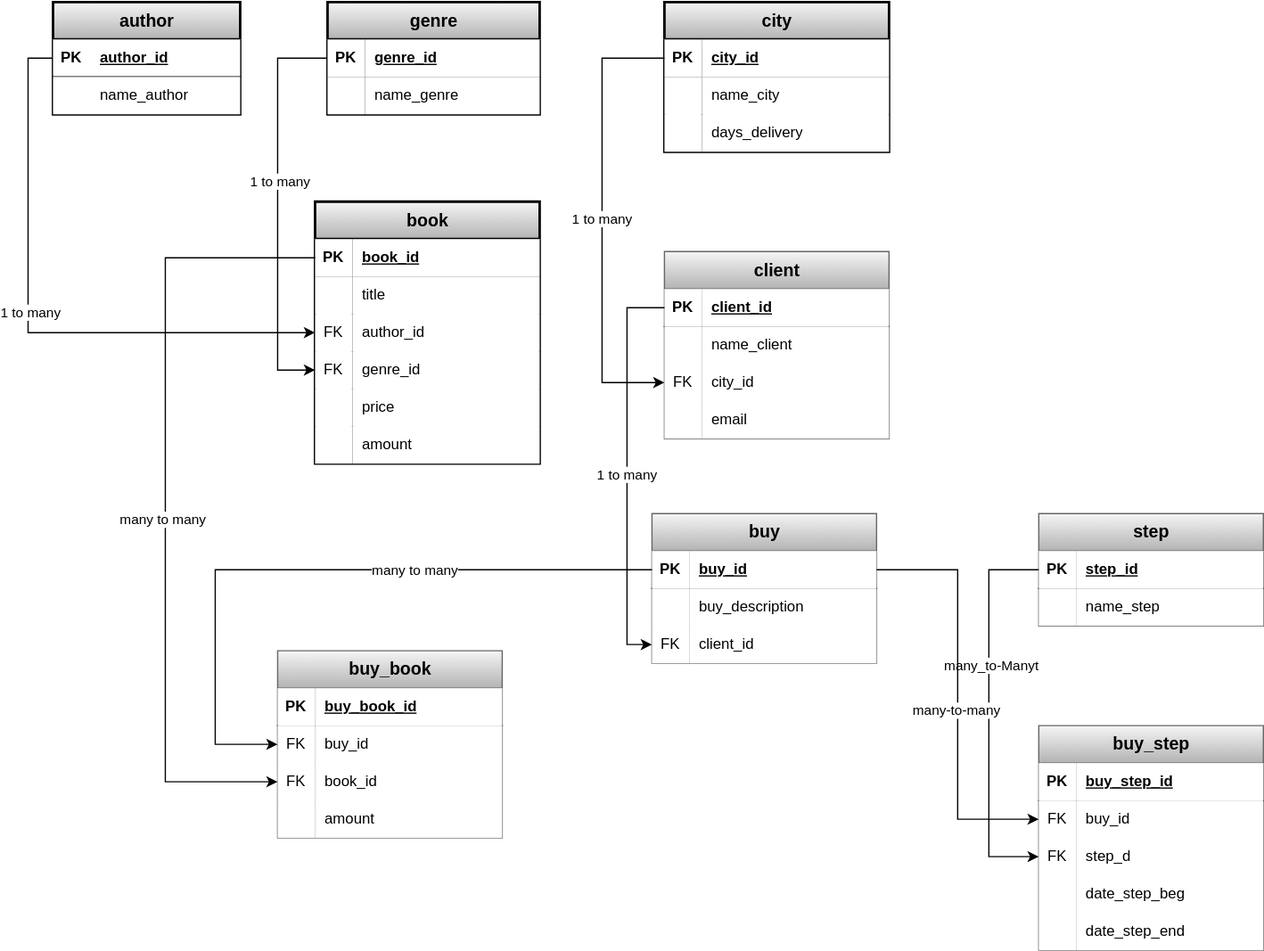
The draw.io diagram Database/OnlineStore/LogicalModel.svg in Maks00071/SQL_scripts, before a commit. Source tidied: cells renumbered, new cells last; positions are measured from the earlier drawing's top-left corner, leaving out a move shared by most shapes.
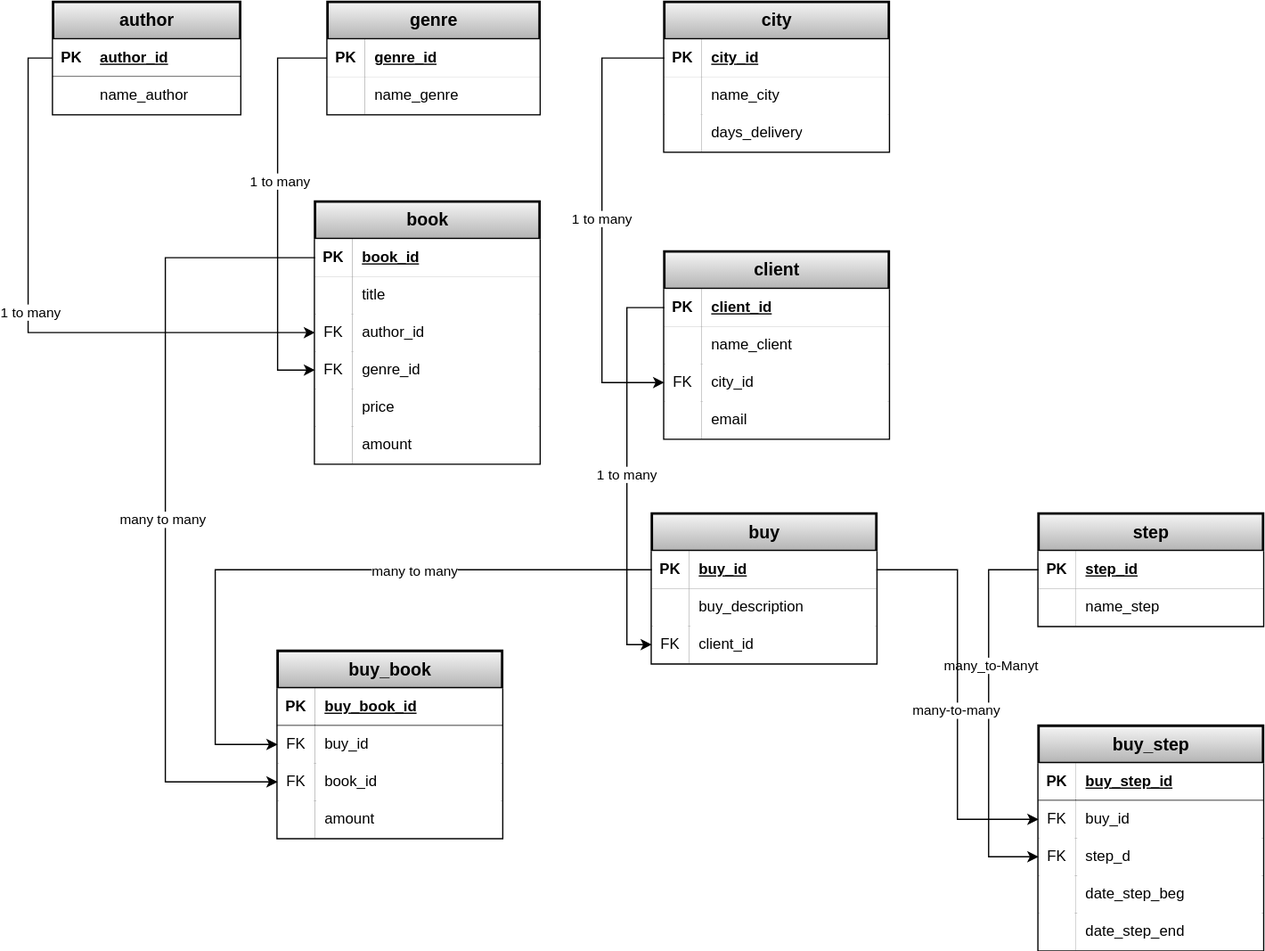
The same file after the commit.

Commit message:
CHANGE Database OnlineStore LogicalModel

What changed in the source:
```diff
@@ -86,7 +86,7 @@
     <mxCell id="29" value="amount" style="shape=partialRectangle;top=0;left=0;bottom=0;right=0;align=left;spacingLeft=6;overflow=hidden;whiteSpace=wrap;html=1;" parent="27" vertex="1">
       <mxGeometry x="30" width="150" height="30" as="geometry" />
     </mxCell>
-    <mxCell id="30" value="&lt;font style=&quot;font-size: 14px;&quot;&gt;buy&lt;/font&gt;" style="shape=table;startSize=30;rowLines=0;fontStyle=1;align=center;html=1;fillColor=#f5f5f5;gradientColor=#b3b3b3;strokeColor=#666666;" parent="1" vertex="1">
+    <mxCell id="30" value="&lt;font style=&quot;font-size: 14px;&quot;&gt;buy&lt;/font&gt;" style="shape=table;startSize=30;rowLines=0;fontStyle=1;align=center;html=1;fillColor=#f5f5f5;gradientColor=#b3b3b3;strokeColor=#000000;strokeWidth=2;" parent="1" vertex="1">
       <mxGeometry x="480" y="410" width="180" height="120" as="geometry" />
     </mxCell>
     <mxCell id="31" style="shape=tableRow;horizontal=0;startSize=0;swimlaneHead=0;swimlaneBody=0;fillColor=none;points=[[0,0.5],[1,0.5]];portConstraint=eastwest;top=0;left=0;right=0;bottom=1;" parent="30" vertex="1">
@@ -116,16 +116,16 @@
     <mxCell id="39" value="client_id" style="shape=partialRectangle;top=0;left=0;bottom=0;right=0;align=left;spacingLeft=6;overflow=hidden;whiteSpace=wrap;html=1;" parent="37" vertex="1">
       <mxGeometry x="30" width="150" height="30" as="geometry" />
     </mxCell>
-    <mxCell id="40" value="&lt;font style=&quot;font-size: 14px;&quot;&gt;buy_book&lt;/font&gt;" style="shape=table;startSize=30;rowLines=0;fontStyle=1;align=center;html=1;fillColor=#f5f5f5;gradientColor=#b3b3b3;strokeColor=#666666;" parent="1" vertex="1">
+    <mxCell id="40" value="&lt;font style=&quot;font-size: 14px;&quot;&gt;buy_book&lt;/font&gt;" style="shape=table;startSize=30;rowLines=0;fontStyle=1;align=center;html=1;fillColor=#f5f5f5;gradientColor=#b3b3b3;strokeColor=#000000;strokeWidth=2;" parent="1" vertex="1">
       <mxGeometry x="180" y="520" width="180" height="150" as="geometry" />
     </mxCell>
     <mxCell id="41" style="shape=tableRow;horizontal=0;startSize=0;swimlaneHead=0;swimlaneBody=0;fillColor=none;top=0;left=0;right=0;bottom=1;" parent="40" vertex="1">
       <mxGeometry y="30" width="180" height="30" as="geometry" />
     </mxCell>
-    <mxCell id="42" value="PK" style="shape=partialRectangle;top=0;left=0;bottom=0;right=0;fontStyle=1;overflow=hidden;whiteSpace=wrap;html=1;" parent="41" vertex="1">
+    <mxCell id="42" value="PK" style="shape=partialRectangle;top=0;left=0;bottom=1;right=0;fontStyle=1;overflow=hidden;whiteSpace=wrap;html=1;perimeterSpacing=1;" parent="41" vertex="1">
       <mxGeometry width="30" height="30" as="geometry" />
     </mxCell>
-    <mxCell id="43" value="buy_book_id" style="shape=partialRectangle;top=0;left=0;bottom=0;right=0;align=left;spacingLeft=6;fontStyle=5;overflow=hidden;whiteSpace=wrap;html=1;" parent="41" vertex="1">
+    <mxCell id="43" value="buy_book_id" style="shape=partialRectangle;top=0;left=0;bottom=1;right=0;align=left;spacingLeft=6;fontStyle=5;overflow=hidden;whiteSpace=wrap;html=1;perimeterSpacing=1;" parent="41" vertex="1">
       <mxGeometry x="30" width="150" height="30" as="geometry" />
     </mxCell>
     <mxCell id="44" style="shape=tableRow;horizontal=0;startSize=0;swimlaneHead=0;swimlaneBody=0;fillColor=none;points=[[0,0.5],[1,0.5]];portConstraint=eastwest;top=0;left=0;right=0;bottom=0;" parent="40" vertex="1">
@@ -185,7 +185,7 @@
     <mxCell id="62" value="days_delivery" style="shape=partialRectangle;top=0;left=0;bottom=0;right=0;align=left;spacingLeft=6;overflow=hidden;whiteSpace=wrap;html=1;" parent="60" vertex="1">
       <mxGeometry x="30" width="150" height="30" as="geometry" />
     </mxCell>
-    <mxCell id="63" value="&lt;font style=&quot;font-size: 14px;&quot;&gt;client&lt;/font&gt;" style="shape=table;startSize=30;rowLines=0;fontStyle=1;align=center;html=1;fillColor=#f5f5f5;gradientColor=#b3b3b3;strokeColor=#666666;" parent="1" vertex="1">
+    <mxCell id="63" value="&lt;font style=&quot;font-size: 14px;&quot;&gt;client&lt;/font&gt;" style="shape=table;startSize=30;rowLines=0;fontStyle=1;align=center;html=1;fillColor=#f5f5f5;gradientColor=#b3b3b3;strokeColor=#030303;strokeWidth=2;" parent="1" vertex="1">
       <mxGeometry x="490" y="200" width="180" height="150" as="geometry" />
     </mxCell>
     <mxCell id="64" style="shape=tableRow;horizontal=0;startSize=0;swimlaneHead=0;swimlaneBody=0;fillColor=none;points=[[0,0.5],[1,0.5]];portConstraint=eastwest;top=0;left=0;right=0;bottom=1;" parent="63" vertex="1">
@@ -280,7 +280,7 @@
     <mxCell id="88" value="1 to many" style="edgeLabel;html=1;align=center;verticalAlign=middle;" parent="87" vertex="1">
       <mxGeometry x="-0.01" y="-1" relative="1" as="geometry" />
     </mxCell>
-    <mxCell id="89" value="&lt;font style=&quot;font-size: 14px;&quot;&gt;step&lt;/font&gt;" style="shape=table;startSize=30;rowLines=0;fontStyle=1;align=center;html=1;fillColor=#f5f5f5;gradientColor=#b3b3b3;strokeColor=#666666;" parent="1" vertex="1">
+    <mxCell id="89" value="&lt;font style=&quot;font-size: 14px;&quot;&gt;step&lt;/font&gt;" style="shape=table;startSize=30;rowLines=0;fontStyle=1;align=center;html=1;fillColor=#f5f5f5;gradientColor=#b3b3b3;strokeColor=#030303;strokeWidth=2;" parent="1" vertex="1">
       <mxGeometry x="790" y="410" width="180" height="90" as="geometry" />
     </mxCell>
     <mxCell id="90" style="shape=tableRow;horizontal=0;startSize=0;swimlaneHead=0;swimlaneBody=0;fillColor=none;points=[[0,0.5],[1,0.5]];portConstraint=eastwest;top=0;left=0;right=0;bottom=1;" parent="89" vertex="1">
@@ -318,16 +318,16 @@
     <mxCell id="99" value="1 to many" style="edgeLabel;html=1;align=center;verticalAlign=middle;" parent="98" vertex="1">
       <mxGeometry x="0.02" y="-1" relative="1" as="geometry" />
     </mxCell>
-    <mxCell id="100" value="&lt;font style=&quot;font-size: 14px;&quot;&gt;buy_step&lt;/font&gt;" style="shape=table;startSize=30;rowLines=0;fontStyle=1;align=center;html=1;fillColor=#f5f5f5;gradientColor=#b3b3b3;strokeColor=#666666;" parent="1" vertex="1">
+    <mxCell id="100" value="&lt;font style=&quot;font-size: 14px;&quot;&gt;buy_step&lt;/font&gt;" style="shape=table;startSize=30;rowLines=0;fontStyle=1;align=center;html=1;fillColor=#f5f5f5;gradientColor=#b3b3b3;strokeColor=#000000;strokeWidth=2;" parent="1" vertex="1">
       <mxGeometry x="790" y="580" width="180" height="180" as="geometry" />
     </mxCell>
     <mxCell id="101" style="shape=tableRow;horizontal=0;startSize=0;swimlaneHead=0;swimlaneBody=0;fillColor=none;top=0;left=0;right=0;bottom=1;" parent="100" vertex="1">
       <mxGeometry y="30" width="180" height="30" as="geometry" />
     </mxCell>
-    <mxCell id="102" value="PK" style="shape=partialRectangle;top=0;left=0;bottom=0;right=0;fontStyle=1;overflow=hidden;whiteSpace=wrap;html=1;" parent="101" vertex="1">
+    <mxCell id="102" value="PK" style="shape=partialRectangle;top=0;left=0;bottom=1;right=0;fontStyle=1;overflow=hidden;whiteSpace=wrap;html=1;" parent="101" vertex="1">
       <mxGeometry width="30" height="30" as="geometry" />
     </mxCell>
-    <mxCell id="103" value="buy_step_id" style="shape=partialRectangle;top=0;left=0;bottom=0;right=0;align=left;spacingLeft=6;fontStyle=5;overflow=hidden;whiteSpace=wrap;html=1;" parent="101" vertex="1">
+    <mxCell id="103" value="buy_step_id" style="shape=partialRectangle;top=0;left=0;bottom=1;right=0;align=left;spacingLeft=6;fontStyle=5;overflow=hidden;whiteSpace=wrap;html=1;" parent="101" vertex="1">
       <mxGeometry x="30" width="150" height="30" as="geometry" />
     </mxCell>
     <mxCell id="104" style="shape=tableRow;horizontal=0;startSize=0;swimlaneHead=0;swimlaneBody=0;fillColor=none;points=[[0,0.5],[1,0.5]];portConstraint=eastwest;top=0;left=0;right=0;bottom=0;" parent="100" vertex="1">
```
